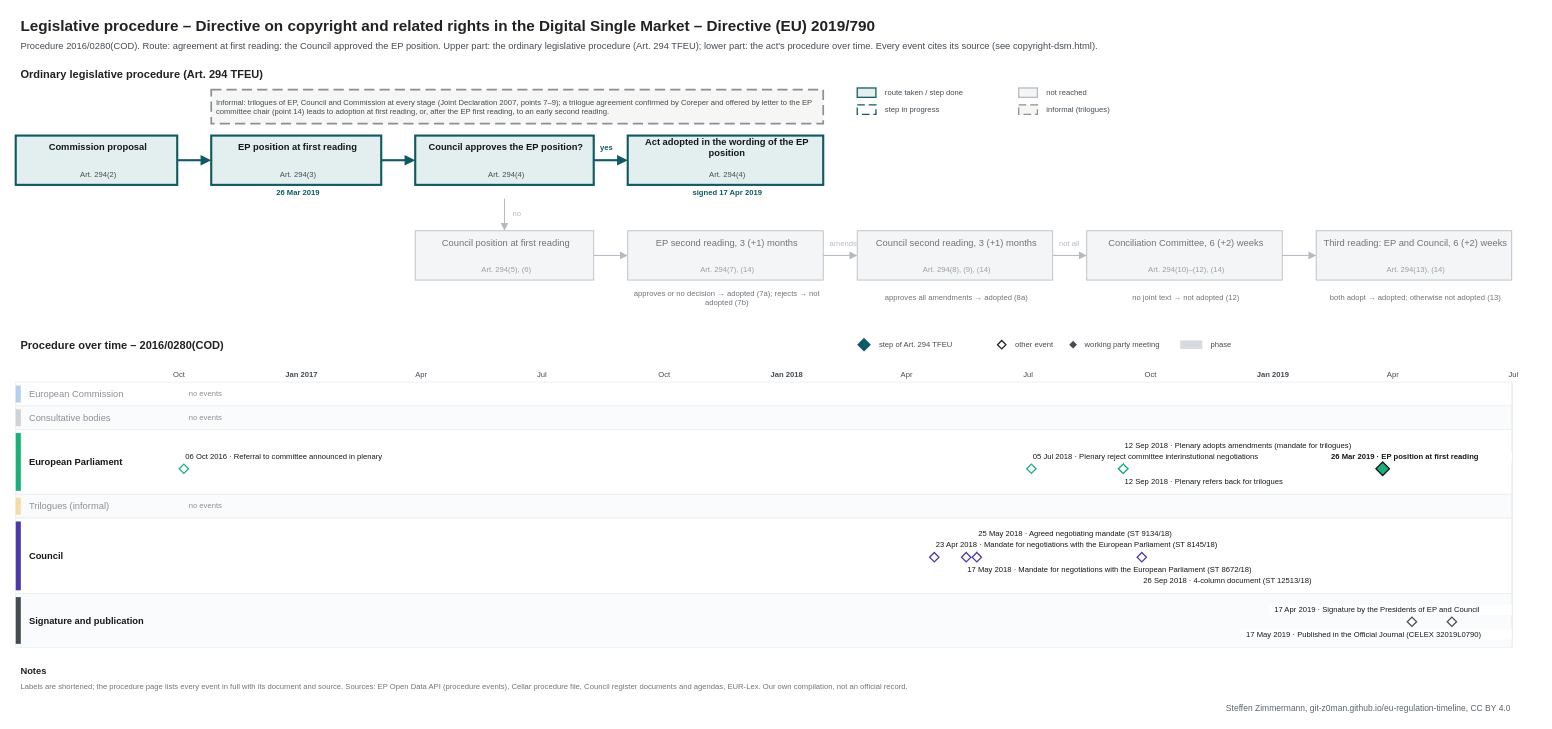
This is procedures/copyright-dsm.drawio from git-z0man/eu-regulation-timeline, a draw.io file, before an edit. Source tidied: cells renumbered, new cells numbered last; positions are measured from the earlier drawing's top-left corner, leaving out a move shared by most shapes. Both pictures are drawn from the tidied source at 85%, with x=0, y=0 at pixel (15, 14).
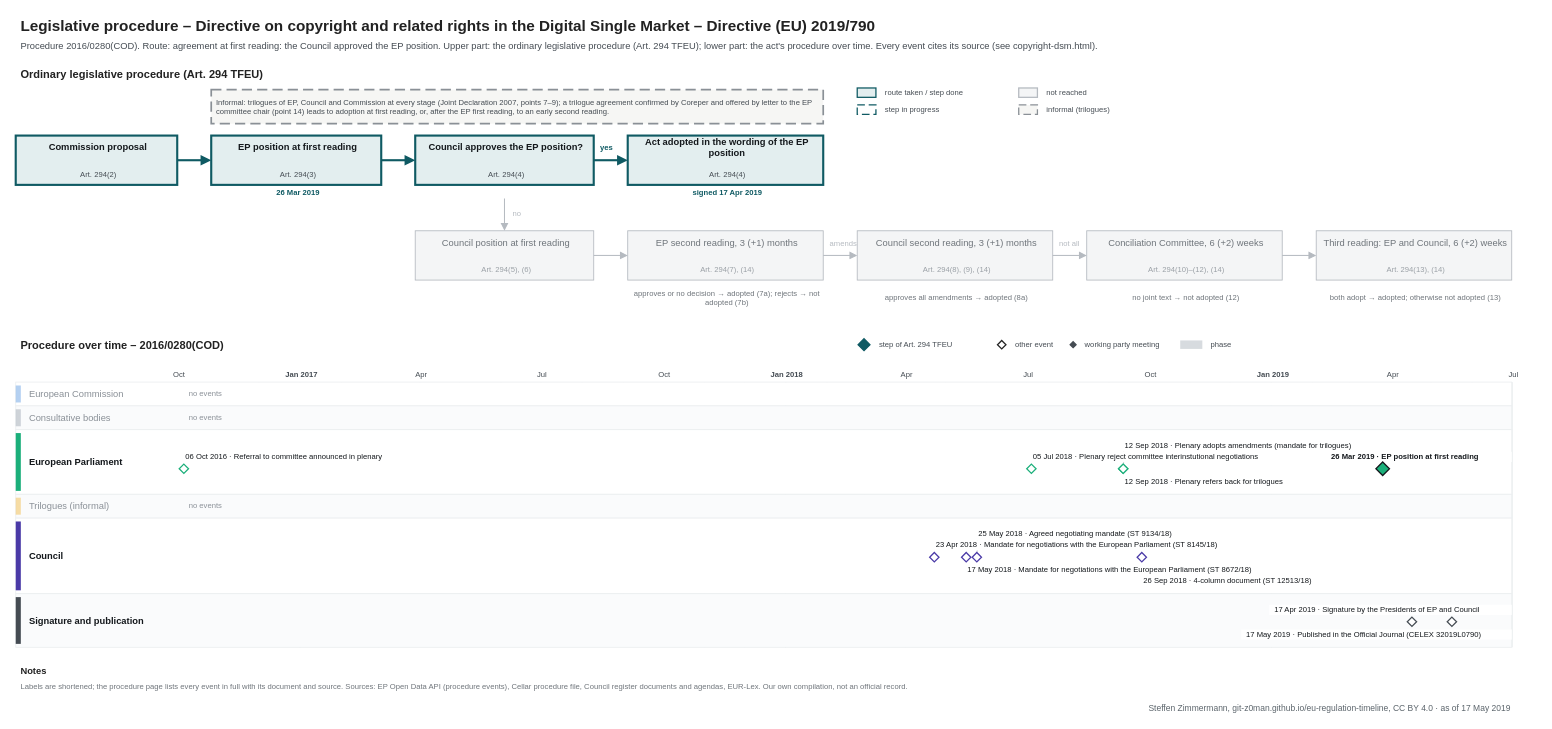
Above is the later version.

The edit, as a diff of the source:
```diff
@@
-    <mxCell id="163" value="Steffen Zimmermann, git-z0man.github.io/eu-regulation-timeline, CC BY 4.0" style="text;html=1;fontSize=10;fontColor=#5b646b;align=right;verticalAlign=middle;spacingLeft=4;" parent="1" vertex="1">
+    <mxCell id="163" value="Steffen Zimmermann, git-z0man.github.io/eu-regulation-timeline, CC BY 4.0 · as of 17 May 2019" style="text;html=1;fontSize=10;fontColor=#5b646b;align=right;verticalAlign=middle;spacingLeft=4;" parent="1" vertex="1">
       <mxGeometry y="808" width="1760" height="16" as="geometry" />
     </mxCell>
```
